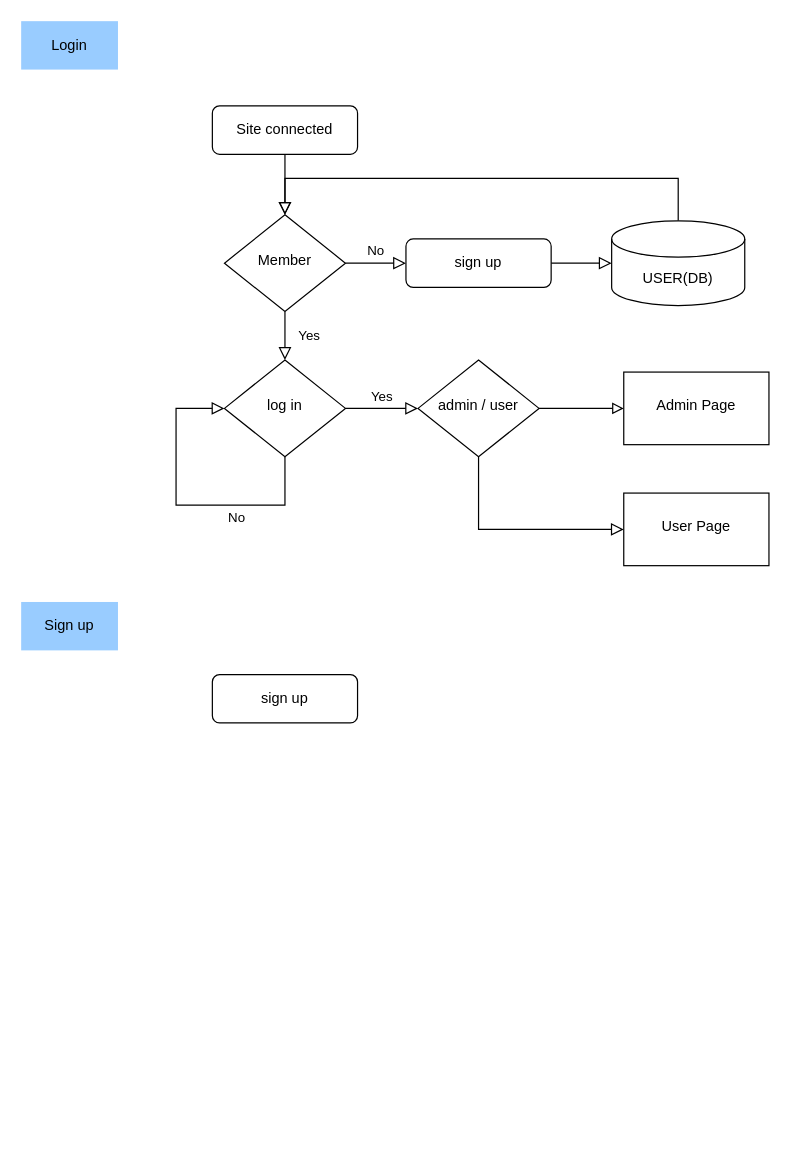
Seonjeongwan/SEONSHINE keeps this draw.io diagram as page "login / sign-in" (1 of 2) of project_info/Service_flow/service_flow_login.drawio. Above is the earlier version. Source tidied: cells renumbered, new cells numbered last; positions are measured from the earlier drawing's top-left corner, leaving out a move shared by most shapes. Both pictures are drawn from the tidied source at 121%, with x=0, y=0 at pixel (21, 21).
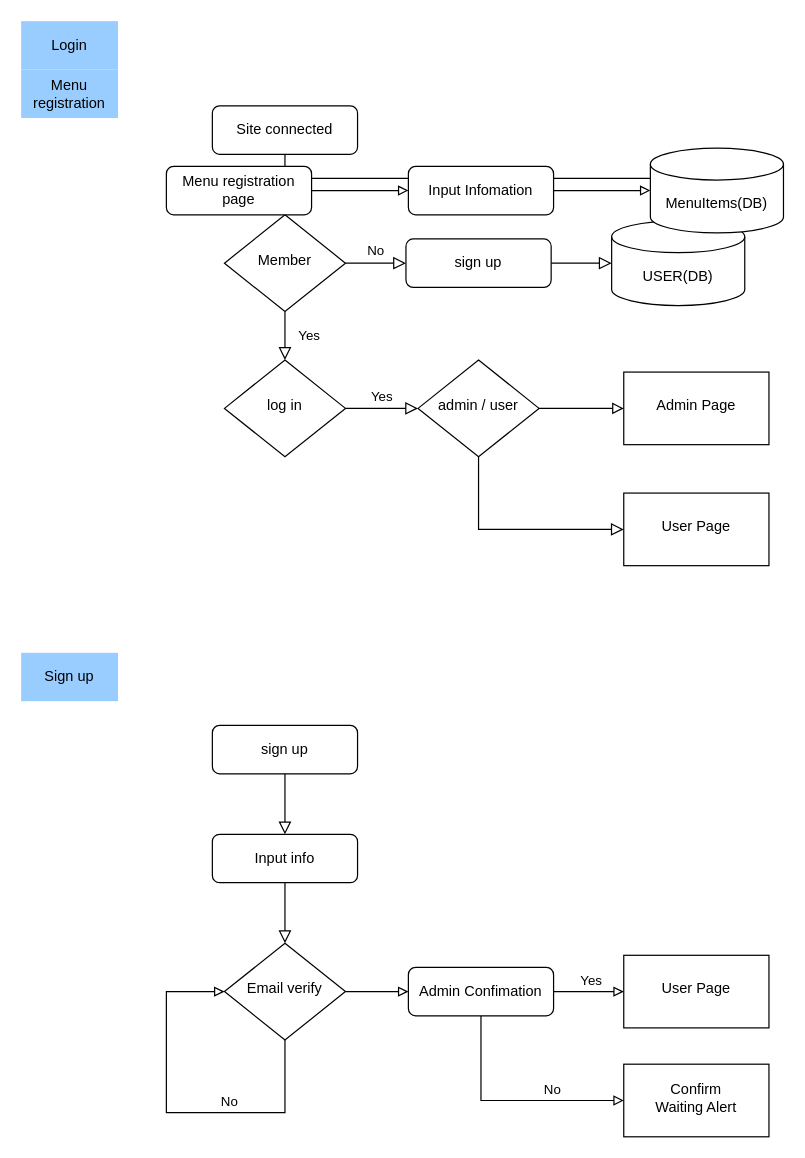
The same diagram, later.

Commit message (it also covers changes not shown here):
service flow & DB structure

Unchanged cells that the change refers to:
```xml
<mxCell id="11" value="log in" style="rhombus;whiteSpace=wrap;html=1;shadow=0;fontFamily=Helvetica;fontSize=12;align=center;strokeWidth=1;spacing=6;spacingTop=-4;" parent="1" vertex="1">
  <mxGeometry x="168" y="280" width="100" height="80" as="geometry" />
</mxCell>
```

What changed in the source:
```diff
@@
-    <mxCell id="9" value="No" style="rounded=0;html=1;jettySize=auto;orthogonalLoop=1;fontSize=11;endArrow=block;endFill=0;endSize=8;strokeWidth=1;shadow=0;labelBackgroundColor=none;edgeStyle=orthogonalEdgeStyle;exitX=0.5;exitY=1;exitDx=0;exitDy=0;" parent="1" edge="1" source="11" target="11">
-      <mxGeometry x="-0.36" y="10" relative="1" as="geometry">
-        <Array as="points">
-          <mxPoint x="218" y="400" />
-          <mxPoint x="128" y="400" />
-          <mxPoint x="128" y="320" />
-        </Array>
-      </mxGeometry>
-    </mxCell>
@@
-    <mxCell id="13" value="USER(DB)" style="shape=cylinder3;whiteSpace=wrap;html=1;boundedLbl=1;backgroundOutline=1;size=15;" parent="1" vertex="1">
+    <mxCell id="13" value="USER(DB)" style="shape=cylinder3;whiteSpace=wrap;html=1;boundedLbl=1;backgroundOutline=1;size=13.150943396226467;" parent="1" vertex="1">
       <mxGeometry x="488" y="165" width="110" height="70" as="geometry" />
     </mxCell>
@@
     <mxCell id="20" value="Sign up" style="text;html=1;align=center;verticalAlign=middle;whiteSpace=wrap;rounded=0;fillColor=#99CCFF;" parent="1" vertex="1">
-      <mxGeometry y="480" width="80" height="40" as="geometry" />
+      <mxGeometry y="522" width="80" height="40" as="geometry" />
     </mxCell>
+    <mxCell id="22" style="edgeStyle=none;html=1;exitX=0.5;exitY=1;exitDx=0;exitDy=0;entryX=0.5;entryY=0;entryDx=0;entryDy=0;endSize=8;endArrow=block;endFill=0;" parent="1" edge="1" source="21" target="24">
+      <mxGeometry relative="1" as="geometry" />
+    </mxCell>
     <mxCell id="21" value="sign up" style="rounded=1;whiteSpace=wrap;html=1;fontSize=12;glass=0;strokeWidth=1;shadow=0;" parent="1" vertex="1">
-      <mxGeometry x="158" y="540" width="120" height="40" as="geometry" />
+      <mxGeometry x="158" y="582" width="120" height="40" as="geometry" />
     </mxCell>
+    <mxCell id="23" style="edgeStyle=none;html=1;exitX=0.5;exitY=1;exitDx=0;exitDy=0;entryX=0.5;entryY=0;entryDx=0;entryDy=0;endArrow=block;endFill=0;endSize=8;" parent="1" edge="1" source="24" target="28">
+      <mxGeometry relative="1" as="geometry" />
+    </mxCell>
+    <mxCell id="24" value="Input info" style="rounded=1;whiteSpace=wrap;html=1;fontSize=12;glass=0;strokeWidth=1;shadow=0;" parent="1" vertex="1">
+      <mxGeometry x="158" y="672" width="120" height="40" as="geometry" />
+    </mxCell>
+    <mxCell id="25" style="edgeStyle=orthogonalEdgeStyle;html=1;endArrow=block;endFill=0;rounded=0;exitX=0.5;exitY=1;exitDx=0;exitDy=0;entryX=0;entryY=0.5;entryDx=0;entryDy=0;" parent="1" edge="1" source="28" target="28">
+      <mxGeometry relative="1" as="geometry">
+        <Array as="points">
+          <mxPoint x="218" y="902" />
+          <mxPoint x="120" y="902" />
+          <mxPoint x="120" y="802" />
+        </Array>
+      </mxGeometry>
+    </mxCell>
+    <mxCell id="26" value="No" style="edgeLabel;html=1;align=center;verticalAlign=middle;" parent="25" vertex="1">
+      <mxGeometry x="-0.43" y="1" relative="1" as="geometry">
+        <mxPoint x="-20" y="-11" as="offset" />
+      </mxGeometry>
+    </mxCell>
+    <mxCell id="27" style="edgeStyle=orthogonalEdgeStyle;rounded=0;html=1;entryX=0;entryY=0.5;entryDx=0;entryDy=0;endArrow=block;endFill=0;" parent="1" edge="1" source="28" target="33">
+      <mxGeometry relative="1" as="geometry" />
+    </mxCell>
+    <mxCell id="28" value="Email verify" style="rhombus;whiteSpace=wrap;html=1;shadow=0;fontFamily=Helvetica;fontSize=12;align=center;strokeWidth=1;spacing=6;spacingTop=-4;" parent="1" vertex="1">
+      <mxGeometry x="168" y="762" width="100" height="80" as="geometry" />
+    </mxCell>
+    <mxCell id="29" style="edgeStyle=orthogonalEdgeStyle;rounded=0;html=1;entryX=0;entryY=0.5;entryDx=0;entryDy=0;endArrow=block;endFill=0;" parent="1" edge="1" source="33" target="34">
+      <mxGeometry relative="1" as="geometry" />
+    </mxCell>
+    <mxCell id="30" value="Yes" style="edgeLabel;html=1;align=center;verticalAlign=middle;" parent="29" vertex="1">
+      <mxGeometry x="0.13" y="3" relative="1" as="geometry">
+        <mxPoint x="-3" y="-7" as="offset" />
+      </mxGeometry>
+    </mxCell>
+    <mxCell id="31" style="edgeStyle=orthogonalEdgeStyle;rounded=0;html=1;entryX=0;entryY=0.5;entryDx=0;entryDy=0;endArrow=block;endFill=0;exitX=0.5;exitY=1;exitDx=0;exitDy=0;" parent="1" edge="1" source="33" target="35">
+      <mxGeometry relative="1" as="geometry" />
+    </mxCell>
+    <mxCell id="32" value="No" style="edgeLabel;html=1;align=center;verticalAlign=middle;" parent="31" vertex="1">
+      <mxGeometry x="-0.59" y="2" relative="1" as="geometry">
+        <mxPoint x="56" y="21" as="offset" />
+      </mxGeometry>
+    </mxCell>
+    <mxCell id="33" value="Admin Confimation" style="rounded=1;whiteSpace=wrap;html=1;fontSize=12;glass=0;strokeWidth=1;shadow=0;" parent="1" vertex="1">
+      <mxGeometry x="320" y="782" width="120" height="40" as="geometry" />
+    </mxCell>
+    <mxCell id="34" value="User Page" style="whiteSpace=wrap;html=1;shadow=0;strokeWidth=1;spacing=6;spacingTop=-4;" parent="1" vertex="1">
+      <mxGeometry x="498" y="772" width="120" height="60" as="geometry" />
+    </mxCell>
+    <mxCell id="35" value="Confirm&lt;br&gt;Waiting Alert" style="whiteSpace=wrap;html=1;shadow=0;strokeWidth=1;spacing=6;spacingTop=-4;" parent="1" vertex="1">
+      <mxGeometry x="498" y="862" width="120" height="60" as="geometry" />
+    </mxCell>
+    <mxCell id="36" value="Menu registration" style="text;html=1;align=center;verticalAlign=middle;whiteSpace=wrap;rounded=0;fillColor=#99CCFF;" parent="1" vertex="1">
+      <mxGeometry y="40" width="80" height="40" as="geometry" />
+    </mxCell>
+    <mxCell id="37" style="edgeStyle=orthogonalEdgeStyle;rounded=0;html=1;entryX=0;entryY=0.5;entryDx=0;entryDy=0;endArrow=block;endFill=0;" parent="1" edge="1" source="38" target="40">
+      <mxGeometry relative="1" as="geometry" />
+    </mxCell>
+    <mxCell id="38" value="Menu registration page" style="rounded=1;whiteSpace=wrap;html=1;" parent="1" vertex="1">
+      <mxGeometry x="120" y="120" width="120" height="40" as="geometry" />
+    </mxCell>
+    <mxCell id="39" style="edgeStyle=orthogonalEdgeStyle;rounded=0;html=1;entryX=0;entryY=0.5;entryDx=0;entryDy=0;endArrow=block;endFill=0;" parent="1" edge="1" source="40">
+      <mxGeometry relative="1" as="geometry">
+        <mxPoint x="520" y="140" as="targetPoint" />
+      </mxGeometry>
+    </mxCell>
+    <mxCell id="40" value="Input Infomation" style="rounded=1;whiteSpace=wrap;html=1;" parent="1" vertex="1">
+      <mxGeometry x="320" y="120" width="120" height="40" as="geometry" />
+    </mxCell>
+    <mxCell id="41" value="MenuItems(DB)" style="shape=cylinder3;whiteSpace=wrap;html=1;boundedLbl=1;backgroundOutline=1;size=13.150943396226467;" parent="1" vertex="1">
+      <mxGeometry x="520" y="105" width="110" height="70" as="geometry" />
+    </mxCell>
```
